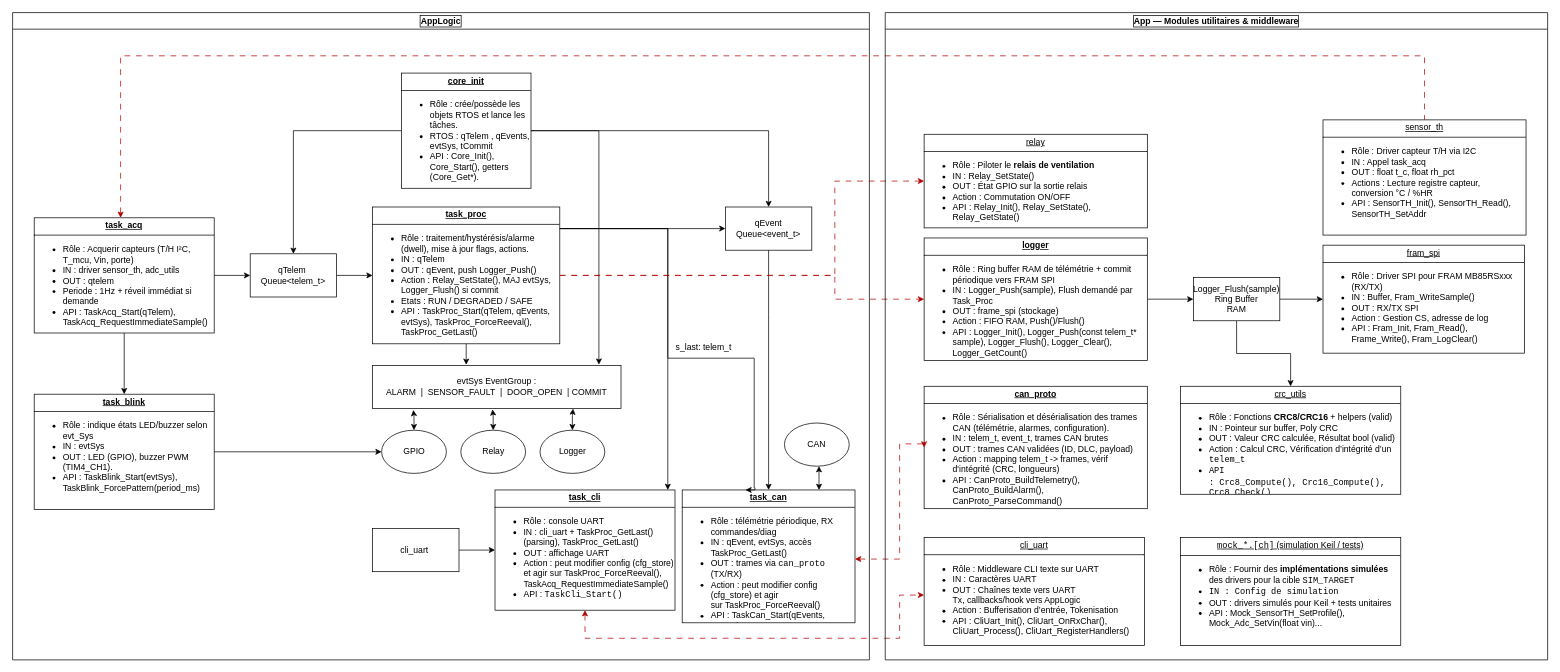
Before: Documentations/diagramme block AppLogic.drawio in lucas33620/Smart-Cold-Chain-Node, a draw.io diagram. Source tidied: cells renumbered, new cells numbered last; positions are measured from the earlier drawing's top-left corner, leaving out a move shared by most shapes. Both pictures are drawn from the tidied source at 72%, with x=0, y=0 at pixel (12, 12).
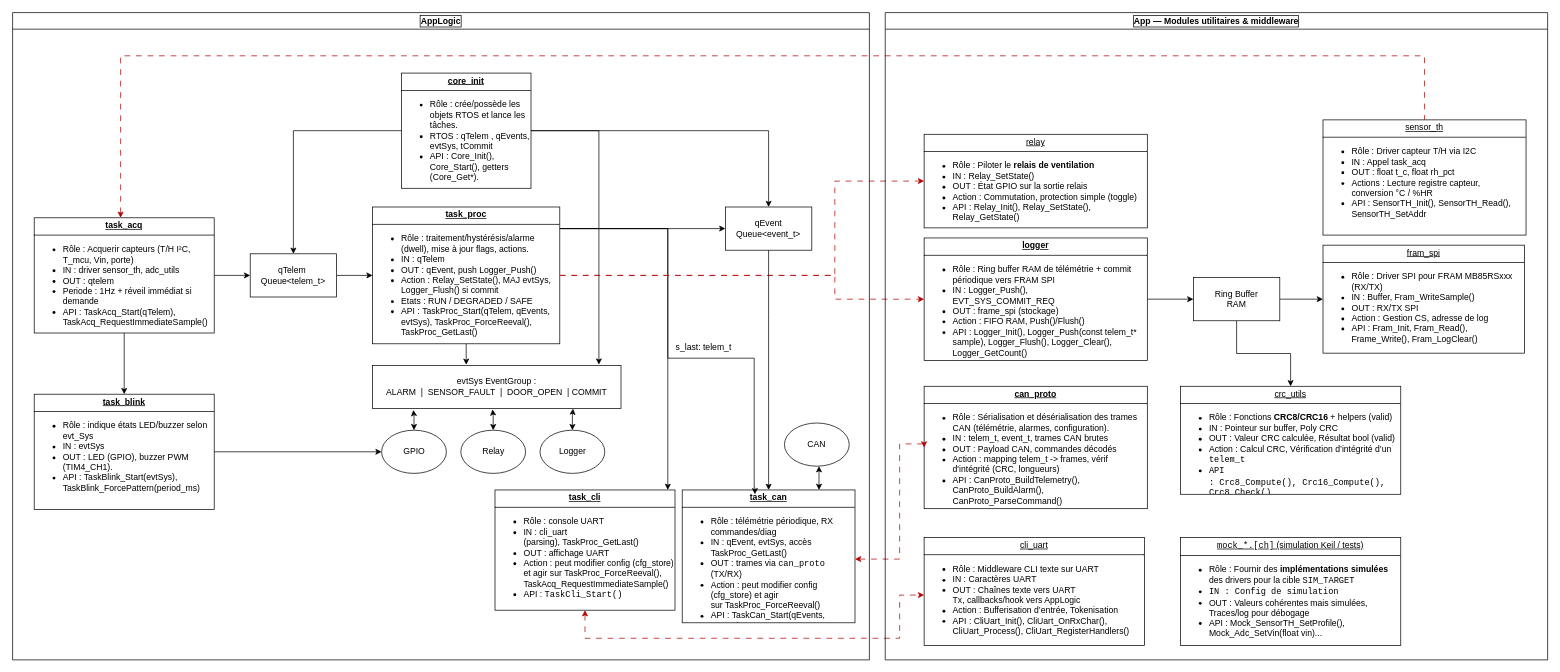
Above is the later version.

Commit message (it also covers changes not shown here):
Ajout adc_utils dans le README.md

Unchanged cells that the change refers to:
```xml
<mxCell id="10" value="&lt;p style=&quot;margin:0px;margin-top:4px;text-align:center;text-decoration:underline;&quot;&gt;&lt;b&gt;task_proc&lt;/b&gt;&lt;/p&gt;&lt;hr size=&quot;1&quot; style=&quot;border-style:solid;&quot;&gt;&lt;p style=&quot;margin:0px;margin-left:8px;&quot;&gt;&lt;/p&gt;&lt;ul&gt;&lt;li&gt;Rôle :&amp;nbsp;traitement/hystérésis/alarme (dwell), mise à jour flags, actions.&lt;/li&gt;&lt;li&gt;IN : qTelem&lt;/li&gt;&lt;li&gt;OUT : qEvent, push Logger_Push()&lt;/li&gt;&lt;li&gt;Action : Relay_SetState(), MAJ evtSys, Logger_Flush() si commit&lt;/li&gt;&lt;li&gt;Etats : RUN / DEGRADED / SAFE&lt;/li&gt;&lt;li&gt;API :&amp;nbsp;TaskProc_Start(qTelem, qEvents, evtSys), TaskProc_ForceReeval(), TaskProc_GetLast()&lt;/li&gt;&lt;/ul&gt;" style="verticalAlign=top;align=left;overflow=fill;html=1;whiteSpace=wrap;" parent="1" vertex="1">
  <mxGeometry x="500" y="270" width="260" height="190" as="geometry" />
</mxCell>
<mxCell id="13" value="AppLogic" style="swimlane;whiteSpace=wrap;labelBorderColor=light-dark(#000000,#0008FF);labelBackgroundColor=default;" parent="1" vertex="1">
  <mxGeometry width="1190" height="899" as="geometry" />
</mxCell>
<mxCell id="24" value="&lt;p style=&quot;margin:0px;margin-top:4px;text-align:center;text-decoration:underline;&quot;&gt;&lt;b&gt;task_can&lt;/b&gt;&lt;/p&gt;&lt;hr size=&quot;1&quot; style=&quot;border-style:solid;&quot;&gt;&lt;p style=&quot;margin:0px;margin-left:8px;&quot;&gt;&lt;/p&gt;&lt;ul&gt;&lt;li&gt;Rôle : télémétrie périodique, RX commandes/diag&lt;/li&gt;&lt;li&gt;IN : qEvent, evtSys, accès TaskProc_GetLast()&lt;/li&gt;&lt;li&gt;OUT : trames via &lt;code&gt;can_proto&lt;/code&gt; (TX/RX)&lt;/li&gt;&lt;li&gt;Action : peut modifier config (cfg_store) et agir sur&amp;nbsp;TaskProc_ForceReeval()&lt;/li&gt;&lt;li&gt;API :&amp;nbsp;TaskCan_Start(qEvents, evtSys)&lt;/li&gt;&lt;/ul&gt;" style="verticalAlign=top;align=left;overflow=fill;html=1;whiteSpace=wrap;" parent="13" vertex="1">
  <mxGeometry x="930" y="663" width="240" height="184.5" as="geometry" />
</mxCell>
<mxCell id="51" value="App — Modules utilitaires &amp;amp; middleware" style="swimlane;whiteSpace=wrap;html=1;labelBackgroundColor=none;labelBorderColor=light-dark(#000000,#FF0000);" parent="1" vertex="1">
  <mxGeometry x="1212" width="920" height="899" as="geometry" />
</mxCell>
```

Diff of the diagram source:
```diff
@@
-    <mxCell id="11" value="&lt;p style=&quot;margin:0px;margin-top:4px;text-align:center;text-decoration:underline;&quot;&gt;&lt;b&gt;can_proto&lt;/b&gt;&lt;/p&gt;&lt;hr size=&quot;1&quot; style=&quot;border-style:solid;&quot;&gt;&lt;p style=&quot;margin:0px;margin-left:8px;&quot;&gt;&lt;/p&gt;&lt;ul&gt;&lt;li&gt;Rôle :&amp;nbsp;Sérialisation et désérialisation des trames CAN (télémétrie, alarmes, configuration).&lt;/li&gt;&lt;li&gt;IN : telem_t, event_t, trames CAN brutes&lt;/li&gt;&lt;li&gt;OUT : trames CAN validées (ID, DLC, payload)&lt;/li&gt;&lt;li&gt;Action : mapping telem_t -&amp;gt; frames, vérif d'intégrité (CRC, longueurs)&lt;/li&gt;&lt;li&gt;API : CanProto_BuildTelemetry(),&amp;nbsp;&lt;br&gt;CanProto_BuildAlarm(),&amp;nbsp;&lt;br&gt;CanProto_ParseCommand()&lt;/li&gt;&lt;/ul&gt;" style="verticalAlign=top;align=left;overflow=fill;html=1;whiteSpace=wrap;" parent="1" vertex="1">
+    <mxCell id="11" value="&lt;p style=&quot;margin:0px;margin-top:4px;text-align:center;text-decoration:underline;&quot;&gt;&lt;b&gt;can_proto&lt;/b&gt;&lt;/p&gt;&lt;hr size=&quot;1&quot; style=&quot;border-style:solid;&quot;&gt;&lt;p style=&quot;margin:0px;margin-left:8px;&quot;&gt;&lt;/p&gt;&lt;ul&gt;&lt;li&gt;Rôle :&amp;nbsp;Sérialisation et désérialisation des trames CAN (télémétrie, alarmes, configuration).&lt;/li&gt;&lt;li&gt;IN : telem_t, event_t, trames CAN brutes&lt;/li&gt;&lt;li&gt;OUT : Payload CAN, commandes décodés&lt;/li&gt;&lt;li&gt;Action : mapping telem_t -&amp;gt; frames, vérif d'intégrité (CRC, longueurs)&lt;/li&gt;&lt;li&gt;API : CanProto_BuildTelemetry(),&amp;nbsp;&lt;br&gt;CanProto_BuildAlarm(),&amp;nbsp;&lt;br&gt;CanProto_ParseCommand()&lt;/li&gt;&lt;/ul&gt;" style="verticalAlign=top;align=left;overflow=fill;html=1;whiteSpace=wrap;" parent="1" vertex="1">
       <mxGeometry x="1266" y="519" width="310" height="170" as="geometry" />
     </mxCell>
@@
-    <mxCell id="25" value="&lt;p style=&quot;margin:0px;margin-top:4px;text-align:center;text-decoration:underline;&quot;&gt;&lt;b&gt;task_cli&lt;/b&gt;&lt;/p&gt;&lt;hr size=&quot;1&quot; style=&quot;border-style:solid;&quot;&gt;&lt;p style=&quot;margin:0px;margin-left:8px;&quot;&gt;&lt;/p&gt;&lt;ul&gt;&lt;li&gt;Rôle : console UART&lt;/li&gt;&lt;li&gt;IN : cli_uart&amp;nbsp;+ TaskProc_GetLast()&amp;nbsp; (parsing),&amp;nbsp;TaskProc_GetLast()&lt;/li&gt;&lt;li&gt;OUT : affichage UART&lt;/li&gt;&lt;li&gt;Action : peut modifier config (cfg_store) et agir sur&amp;nbsp;TaskProc_ForceReeval(),&amp;nbsp;&lt;br&gt;TaskAcq_RequestImmediateSample()&lt;br&gt;&lt;/li&gt;&lt;li&gt;API : &lt;code&gt;TaskCli_Start()&lt;/code&gt;&lt;/li&gt;&lt;/ul&gt;" style="verticalAlign=top;align=left;overflow=fill;html=1;whiteSpace=wrap;" parent="13" vertex="1">
+    <mxCell id="25" value="&lt;p style=&quot;margin:0px;margin-top:4px;text-align:center;text-decoration:underline;&quot;&gt;&lt;b&gt;task_cli&lt;/b&gt;&lt;/p&gt;&lt;hr size=&quot;1&quot; style=&quot;border-style:solid;&quot;&gt;&lt;p style=&quot;margin:0px;margin-left:8px;&quot;&gt;&lt;/p&gt;&lt;ul&gt;&lt;li&gt;Rôle : console UART&lt;/li&gt;&lt;li&gt;IN : cli_uart (parsing),&amp;nbsp;TaskProc_GetLast()&lt;/li&gt;&lt;li&gt;OUT : affichage UART&lt;/li&gt;&lt;li&gt;Action : peut modifier config (cfg_store) et agir sur&amp;nbsp;TaskProc_ForceReeval(),&amp;nbsp;&lt;br&gt;TaskAcq_RequestImmediateSample()&lt;br&gt;&lt;/li&gt;&lt;li&gt;API : &lt;code&gt;TaskCli_Start()&lt;/code&gt;&lt;/li&gt;&lt;/ul&gt;" style="verticalAlign=top;align=left;overflow=fill;html=1;whiteSpace=wrap;" parent="13" vertex="1">
       <mxGeometry x="670" y="663" width="250" height="167" as="geometry" />
     </mxCell>
-    <mxCell id="26" style="edgeStyle=orthogonalEdgeStyle;rounded=0;jettySize=auto;html=1;entryX=0;entryY=0.5;entryDx=0;entryDy=0;" parent="13" edge="1" source="27" target="25">
-      <mxGeometry relative="1" as="geometry" />
-    </mxCell>
-    <mxCell id="27" value="&lt;span style=&quot;text-align: left;&quot;&gt;cli_uart&amp;nbsp;&lt;/span&gt;" style="rounded=0;whiteSpace=wrap;html=1;" parent="13" vertex="1">
-      <mxGeometry x="500" y="716.5" width="120" height="60" as="geometry" />
-    </mxCell>
@@
-    <mxCell id="34" style="edgeStyle=orthogonalEdgeStyle;rounded=0;jettySize=auto;html=1;entryX=0.366;entryY=0;entryDx=0;entryDy=0;entryPerimeter=0;" parent="13" edge="1" source="10" target="24">
+    <mxCell id="34" style="edgeStyle=orthogonalEdgeStyle;rounded=0;jettySize=auto;html=1;" parent="13" edge="1" source="10">
       <mxGeometry relative="1" as="geometry">
+        <mxPoint x="1031" y="669" as="targetPoint" />
         <Array as="points">
           <mxPoint x="910" y="300" />
           <mxPoint x="910" y="480" />
           <mxPoint x="1030" y="480" />
           <mxPoint x="1030" y="660" />
           <mxPoint x="1031" y="660" />
         </Array>
       </mxGeometry>
     </mxCell>
@@
-    <mxCell id="38" value="&lt;p style=&quot;margin:0px;margin-top:4px;text-align:center;text-decoration:underline;&quot;&gt;&lt;b&gt;logger&lt;/b&gt;&lt;/p&gt;&lt;hr size=&quot;1&quot; style=&quot;border-style:solid;&quot;&gt;&lt;p style=&quot;margin:0px;margin-left:8px;&quot;&gt;&lt;/p&gt;&lt;ul&gt;&lt;li&gt;Rôle : Ring buffer RAM de télémétrie + commit périodique vers FRAM SPI&lt;/li&gt;&lt;li&gt;IN :&amp;nbsp;Logger_Push(sample), Flush demandé par Task_Proc&amp;nbsp;&lt;/li&gt;&lt;li&gt;OUT : frame_spi (stockage)&lt;/li&gt;&lt;li&gt;Action : FIFO RAM, Push()/Flush()&lt;/li&gt;&lt;li&gt;API : Logger_Init(), Logger_Push(const telem_t* sample),&amp;nbsp;Logger_Flush(),&amp;nbsp;Logger_Clear(),&amp;nbsp;&lt;br&gt;Logger_GetCount()&lt;/li&gt;&lt;/ul&gt;" style="verticalAlign=top;align=left;overflow=fill;html=1;whiteSpace=wrap;" parent="1" vertex="1">
+    <mxCell id="38" value="&lt;p style=&quot;margin:0px;margin-top:4px;text-align:center;text-decoration:underline;&quot;&gt;&lt;b&gt;logger&lt;/b&gt;&lt;/p&gt;&lt;hr size=&quot;1&quot; style=&quot;border-style:solid;&quot;&gt;&lt;p style=&quot;margin:0px;margin-left:8px;&quot;&gt;&lt;/p&gt;&lt;ul&gt;&lt;li&gt;Rôle : Ring buffer RAM de télémétrie + commit périodique vers FRAM SPI&lt;/li&gt;&lt;li&gt;IN :&amp;nbsp;Logger_Push(),&amp;nbsp;&lt;br&gt;EVT_SYS_COMMIT_REQ&lt;/li&gt;&lt;li&gt;OUT : frame_spi (stockage)&lt;/li&gt;&lt;li&gt;Action : FIFO RAM, Push()/Flush()&lt;/li&gt;&lt;li&gt;API : Logger_Init(), Logger_Push(const telem_t* sample),&amp;nbsp;Logger_Flush(),&amp;nbsp;Logger_Clear(),&amp;nbsp;&lt;br&gt;Logger_GetCount()&lt;/li&gt;&lt;/ul&gt;" style="verticalAlign=top;align=left;overflow=fill;html=1;whiteSpace=wrap;" parent="1" vertex="1">
       <mxGeometry x="1266" y="313" width="310" height="170" as="geometry" />
     </mxCell>
@@
-    <mxCell id="41" value="Logger_Flush(sample) &lt;br&gt;Ring Buffer&lt;div&gt;RAM&lt;/div&gt;" style="rounded=0;whiteSpace=wrap;html=1;" parent="1" vertex="1">
+    <mxCell id="41" value="Ring Buffer&lt;div&gt;RAM&lt;/div&gt;" style="rounded=0;whiteSpace=wrap;html=1;" parent="1" vertex="1">
       <mxGeometry x="1640" y="368" width="120" height="60" as="geometry" />
     </mxCell>
@@
-    <mxCell id="49" value="&lt;p style=&quot;margin:0px;margin-top:4px;text-align:center;text-decoration:underline;&quot;&gt;relay&lt;/p&gt;&lt;hr size=&quot;1&quot; style=&quot;border-style:solid;&quot;&gt;&lt;p style=&quot;margin:0px;margin-left:8px;&quot;&gt;&lt;/p&gt;&lt;ul&gt;&lt;li&gt;Rôle : Piloter le &lt;strong&gt;relais de ventilation&lt;/strong&gt;&lt;/li&gt;&lt;li&gt;IN : Relay_SetState()&amp;nbsp;&lt;/li&gt;&lt;li&gt;OUT : État GPIO sur la sortie relais&lt;/li&gt;&lt;li&gt;Action :&amp;nbsp;Commutation ON/OFF&amp;nbsp;&lt;/li&gt;&lt;li&gt;API :&amp;nbsp;Relay_Init(),&amp;nbsp;Relay_SetState(),&amp;nbsp;&lt;br&gt;Relay_GetState()&lt;/li&gt;&lt;/ul&gt;" style="verticalAlign=top;align=left;overflow=fill;html=1;whiteSpace=wrap;" parent="1" vertex="1">
+    <mxCell id="49" value="&lt;p style=&quot;margin:0px;margin-top:4px;text-align:center;text-decoration:underline;&quot;&gt;relay&lt;/p&gt;&lt;hr size=&quot;1&quot; style=&quot;border-style:solid;&quot;&gt;&lt;p style=&quot;margin:0px;margin-left:8px;&quot;&gt;&lt;/p&gt;&lt;ul&gt;&lt;li&gt;Rôle : Piloter le &lt;strong&gt;relais de ventilation&lt;/strong&gt;&lt;/li&gt;&lt;li&gt;IN : Relay_SetState()&amp;nbsp;&lt;/li&gt;&lt;li&gt;OUT : État GPIO sur la sortie relais&lt;/li&gt;&lt;li&gt;Action : Commutation, protection simple (toggle)&lt;/li&gt;&lt;li&gt;API :&amp;nbsp;Relay_Init(),&amp;nbsp;Relay_SetState(),&amp;nbsp;&lt;br&gt;Relay_GetState()&lt;/li&gt;&lt;/ul&gt;" style="verticalAlign=top;align=left;overflow=fill;html=1;whiteSpace=wrap;" parent="1" vertex="1">
       <mxGeometry x="1266" y="169" width="310" height="130" as="geometry" />
     </mxCell>
@@
-    <mxCell id="52" value="&lt;p style=&quot;margin:0px;margin-top:4px;text-align:center;text-decoration:underline;&quot;&gt;&lt;code&gt;mock_*.[ch]&lt;/code&gt; (simulation Keil / tests)&lt;/p&gt;&lt;hr size=&quot;1&quot; style=&quot;border-style:solid;&quot;&gt;&lt;p style=&quot;margin:0px;margin-left:8px;&quot;&gt;&lt;/p&gt;&lt;ul&gt;&lt;li&gt;Rôle : Fournir des &lt;strong&gt;implémentations simulées&lt;/strong&gt; des drivers pour la cible &lt;code&gt;SIM_TARGET&lt;/code&gt;&lt;/li&gt;&lt;li&gt;&lt;code&gt;IN : Config de simulation&lt;/code&gt;&lt;/li&gt;&lt;li&gt;OUT :&amp;nbsp;drivers simulés pour Keil + tests unitaires&lt;/li&gt;&lt;li&gt;API :&amp;nbsp;Mock_SensorTH_SetProfile(),&amp;nbsp;&lt;br&gt;Mock_Adc_SetVin(float vin)...&lt;/li&gt;&lt;/ul&gt;" style="verticalAlign=top;align=left;overflow=fill;html=1;whiteSpace=wrap;" parent="51" vertex="1">
+    <mxCell id="52" value="&lt;p style=&quot;margin:0px;margin-top:4px;text-align:center;text-decoration:underline;&quot;&gt;&lt;code&gt;mock_*.[ch]&lt;/code&gt; (simulation Keil / tests)&lt;/p&gt;&lt;hr size=&quot;1&quot; style=&quot;border-style:solid;&quot;&gt;&lt;p style=&quot;margin:0px;margin-left:8px;&quot;&gt;&lt;/p&gt;&lt;ul&gt;&lt;li&gt;Rôle : Fournir des &lt;strong&gt;implémentations simulées&lt;/strong&gt; des drivers pour la cible &lt;code&gt;SIM_TARGET&lt;/code&gt;&lt;/li&gt;&lt;li&gt;&lt;code&gt;IN : Config de simulation&lt;/code&gt;&lt;/li&gt;&lt;li&gt;OUT :&amp;nbsp;Valeurs cohérentes mais simulées, Traces/log pour débogage&lt;/li&gt;&lt;li&gt;API :&amp;nbsp;Mock_SensorTH_SetProfile(),&amp;nbsp;&lt;br&gt;Mock_Adc_SetVin(float vin)...&lt;/li&gt;&lt;/ul&gt;" style="verticalAlign=top;align=left;overflow=fill;html=1;whiteSpace=wrap;" parent="51" vertex="1">
       <mxGeometry x="410" y="729" width="306" height="150" as="geometry" />
     </mxCell>
```
